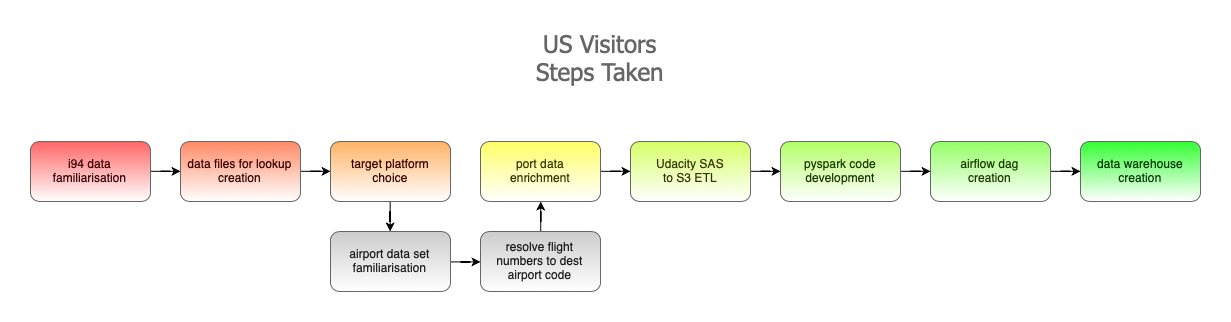
The draw.io diagram images/usvisitors_steps.png in dysartcoal/DataPipeline_AirflowSparkEMR, before a commit. Source tidied: cells renumbered, new cells last; positions are measured from the earlier drawing's top-left corner, leaving out a move shared by most shapes. Source of this version:
```xml
<mxGraphModel>
  <root>
    <mxCell id="0" />
    <mxCell id="1" parent="0" />
    <mxCell id="2" style="edgeStyle=orthogonalEdgeStyle;rounded=0;jettySize=auto;html=1;" parent="1" edge="1" source="3" target="5">
      <mxGeometry relative="1" as="geometry" />
    </mxCell>
    <mxCell id="3" value="&lt;font style=&quot;font-size: 12px&quot; color=&quot;#330000&quot;&gt;i94 data familiarisation&lt;/font&gt;" style="rounded=1;whiteSpace=wrap;html=1;gradientColor=#ffffff;fillColor=#FF6666;strokeColor=#666666;" parent="1" vertex="1">
      <mxGeometry y="110" width="120" height="60" as="geometry" />
    </mxCell>
    <mxCell id="4" style="edgeStyle=orthogonalEdgeStyle;rounded=0;jettySize=auto;html=1;" parent="1" edge="1" source="5" target="7">
      <mxGeometry relative="1" as="geometry" />
    </mxCell>
    <mxCell id="5" value="&lt;font style=&quot;font-size: 12px&quot; color=&quot;#330000&quot;&gt;data files for lookup&lt;br&gt;creation&lt;br&gt;&lt;/font&gt;" style="rounded=1;whiteSpace=wrap;html=1;gradientColor=#ffffff;fillColor=#FF8A66;strokeColor=#666666;" parent="1" vertex="1">
      <mxGeometry x="150" y="110" width="120" height="60" as="geometry" />
    </mxCell>
    <mxCell id="6" style="edgeStyle=orthogonalEdgeStyle;rounded=0;jettySize=auto;html=1;" parent="1" edge="1" source="7" target="9">
      <mxGeometry relative="1" as="geometry" />
    </mxCell>
    <mxCell id="7" value="&lt;font style=&quot;font-size: 12px&quot; color=&quot;#330000&quot;&gt;target platform&lt;br&gt;choice&lt;br&gt;&lt;/font&gt;" style="rounded=1;whiteSpace=wrap;html=1;gradientColor=#ffffff;fillColor=#FFB366;strokeColor=#666666;" parent="1" vertex="1">
      <mxGeometry x="300" y="110" width="120" height="60" as="geometry" />
    </mxCell>
    <mxCell id="8" style="edgeStyle=orthogonalEdgeStyle;rounded=0;jettySize=auto;html=1;" parent="1" edge="1" source="9" target="11">
      <mxGeometry relative="1" as="geometry" />
    </mxCell>
    <mxCell id="9" value="&lt;font style=&quot;font-size: 12px&quot;&gt;&lt;font style=&quot;font-weight: normal&quot; color=&quot;#1a1a1a&quot;&gt;airport data set familiarisation&lt;/font&gt;&lt;br&gt;&lt;/font&gt;" style="rounded=1;whiteSpace=wrap;html=1;gradientColor=#ffffff;fillColor=#CCCCCC;strokeColor=#666666;fontStyle=1;" parent="1" vertex="1">
      <mxGeometry x="300" y="200" width="120" height="60" as="geometry" />
    </mxCell>
    <mxCell id="10" style="edgeStyle=orthogonalEdgeStyle;rounded=0;jettySize=auto;html=1;" parent="1" edge="1" source="11" target="13">
      <mxGeometry relative="1" as="geometry" />
    </mxCell>
    <mxCell id="11" value="&lt;font style=&quot;font-size: 12px&quot;&gt;&lt;font color=&quot;#1a1a1a&quot;&gt;resolve flight numbers to dest airport code&lt;/font&gt;&lt;br&gt;&lt;/font&gt;" style="rounded=1;whiteSpace=wrap;html=1;gradientColor=#ffffff;fillColor=#CCCCCC;strokeColor=#666666;" parent="1" vertex="1">
      <mxGeometry x="450" y="200" width="120" height="60" as="geometry" />
    </mxCell>
    <mxCell id="12" style="edgeStyle=orthogonalEdgeStyle;rounded=0;jettySize=auto;html=1;" parent="1" edge="1" source="13" target="15">
      <mxGeometry relative="1" as="geometry" />
    </mxCell>
    <mxCell id="13" value="&lt;font style=&quot;font-size: 12px&quot;&gt;&lt;span style=&quot;color: rgb(51 , 51 , 0)&quot;&gt;port data&lt;/span&gt;&lt;br style=&quot;color: rgb(51 , 51 , 0)&quot;&gt;&lt;span style=&quot;color: rgb(51 , 51 , 0)&quot;&gt;enrichment&lt;/span&gt;&lt;br&gt;&lt;/font&gt;" style="rounded=1;whiteSpace=wrap;html=1;gradientColor=#ffffff;fillColor=#FFFF66;strokeColor=#666666;" parent="1" vertex="1">
      <mxGeometry x="450" y="110" width="120" height="60" as="geometry" />
    </mxCell>
    <mxCell id="14" style="edgeStyle=orthogonalEdgeStyle;rounded=0;jettySize=auto;html=1;" parent="1" edge="1" source="15" target="17">
      <mxGeometry relative="1" as="geometry" />
    </mxCell>
    <mxCell id="15" value="&lt;font style=&quot;font-size: 12px&quot;&gt;&lt;font color=&quot;#333300&quot;&gt;&lt;span&gt;Udacity SAS&lt;br&gt;&lt;/span&gt;to S3 ETL&lt;/font&gt;&lt;br&gt;&lt;/font&gt;" style="rounded=1;whiteSpace=wrap;html=1;gradientColor=#ffffff;fillColor=#D6FF66;strokeColor=#666666;" parent="1" vertex="1">
      <mxGeometry x="600" y="110" width="120" height="60" as="geometry" />
    </mxCell>
    <mxCell id="16" style="edgeStyle=orthogonalEdgeStyle;rounded=0;jettySize=auto;html=1;" parent="1" edge="1" source="17" target="19">
      <mxGeometry relative="1" as="geometry" />
    </mxCell>
    <mxCell id="17" value="&lt;font style=&quot;font-size: 12px&quot;&gt;&lt;font color=&quot;#1a3300&quot;&gt;pyspark code&lt;br&gt;development&lt;/font&gt;&lt;br&gt;&lt;/font&gt;" style="rounded=1;whiteSpace=wrap;html=1;gradientColor=#ffffff;fillColor=#B3FF66;strokeColor=#666666;" parent="1" vertex="1">
      <mxGeometry x="750" y="110" width="120" height="60" as="geometry" />
    </mxCell>
    <mxCell id="18" style="edgeStyle=orthogonalEdgeStyle;rounded=0;jettySize=auto;html=1;" parent="1" edge="1" source="19" target="20">
      <mxGeometry relative="1" as="geometry" />
    </mxCell>
    <mxCell id="19" value="&lt;font style=&quot;font-size: 12px&quot;&gt;&lt;font color=&quot;#1a3300&quot;&gt;&lt;span&gt;airflow dag&lt;br&gt;creation&lt;/span&gt;&lt;/font&gt;&lt;br&gt;&lt;/font&gt;" style="rounded=1;whiteSpace=wrap;html=1;gradientColor=#ffffff;fillColor=#94FF66;strokeColor=#666666;" parent="1" vertex="1">
      <mxGeometry x="900" y="110" width="120" height="60" as="geometry" />
    </mxCell>
    <mxCell id="20" value="&lt;font style=&quot;font-size: 12px&quot;&gt;&lt;font color=&quot;#003300&quot;&gt;&lt;span&gt;data warehouse&lt;br&gt;&lt;/span&gt;creation&lt;/font&gt;&lt;br&gt;&lt;/font&gt;" style="rounded=1;whiteSpace=wrap;html=1;gradientColor=#ffffff;fillColor=#33FF33;strokeColor=#666666;" parent="1" vertex="1">
      <mxGeometry x="1050" y="110" width="120" height="60" as="geometry" />
    </mxCell>
    <mxCell id="21" value="US Visitors&lt;br&gt;Steps Taken" style="text;html=1;strokeColor=none;fillColor=none;align=center;verticalAlign=middle;whiteSpace=wrap;rounded=0;fontFamily=Tahoma;fontSize=24;fontColor=#666666;" parent="1" vertex="1">
      <mxGeometry x="435" width="270" height="52" as="geometry" />
    </mxCell>
  </root>
</mxGraphModel>
```
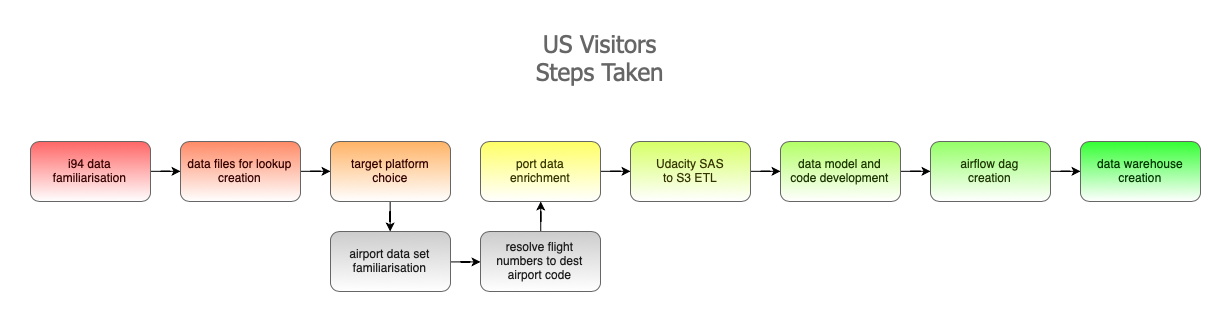
After the change.

Commit message:
Update US Visitors Steps image

What changed in the source:
```diff
@@ -47,7 +47,7 @@
     <mxCell id="16" style="edgeStyle=orthogonalEdgeStyle;rounded=0;jettySize=auto;html=1;" parent="1" edge="1" source="17" target="19">
       <mxGeometry relative="1" as="geometry" />
     </mxCell>
-    <mxCell id="17" value="&lt;font style=&quot;font-size: 12px&quot;&gt;&lt;font color=&quot;#1a3300&quot;&gt;pyspark code&lt;br&gt;development&lt;/font&gt;&lt;br&gt;&lt;/font&gt;" style="rounded=1;whiteSpace=wrap;html=1;gradientColor=#ffffff;fillColor=#B3FF66;strokeColor=#666666;" parent="1" vertex="1">
+    <mxCell id="17" value="&lt;font style=&quot;font-size: 12px&quot;&gt;&lt;font color=&quot;#1a3300&quot;&gt;data model and&lt;br&gt;code development&lt;/font&gt;&lt;br&gt;&lt;/font&gt;" style="rounded=1;whiteSpace=wrap;html=1;gradientColor=#ffffff;fillColor=#B3FF66;strokeColor=#666666;" parent="1" vertex="1">
       <mxGeometry x="750" y="110" width="120" height="60" as="geometry" />
     </mxCell>
     <mxCell id="18" style="edgeStyle=orthogonalEdgeStyle;rounded=0;jettySize=auto;html=1;" parent="1" edge="1" source="19" target="20">
```
